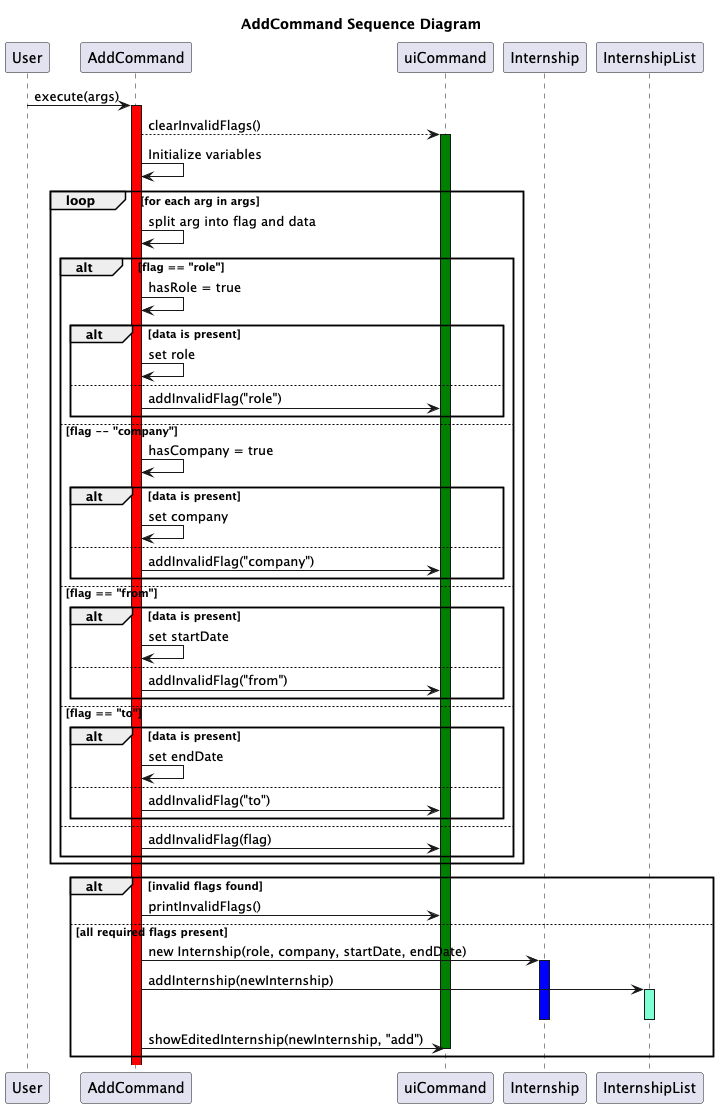
Above: docs/UML/AddCommand_Sequence_Diagram.png in nus-cs2113-AY2425S1/tp (PlantUML), before the change.
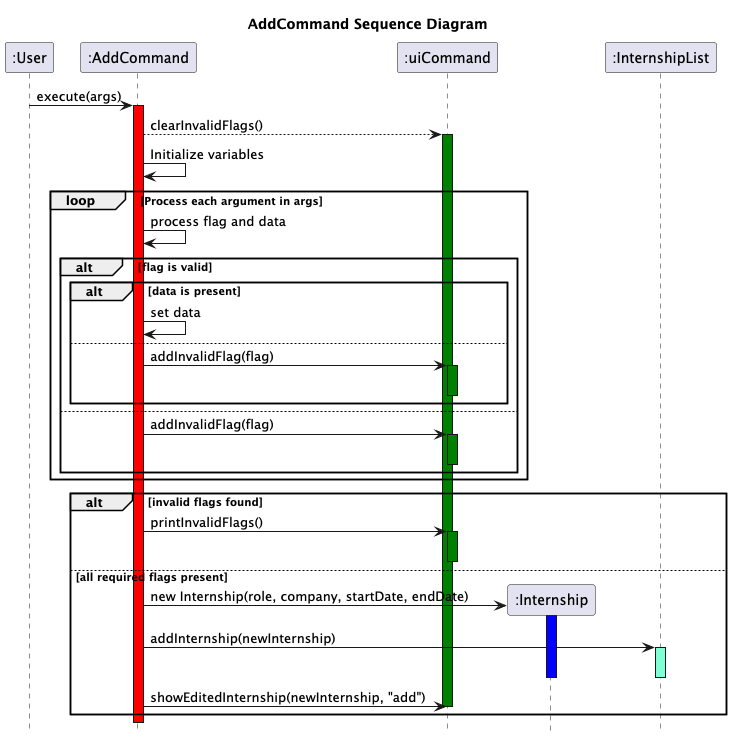
The same file after the commit.

The edit, as a diff of the source:
```diff
@@ -1,63 +1,50 @@
 @startuml
 title AddCommand Sequence Diagram
+hide footbox
 
-participant User
-participant AddCommand
-participant uiCommand
-participant Internship
-participant InternshipList
+participant ":User"
+participant ":AddCommand"
+participant ":uiCommand"
+participant ":Internship"
+participant ":InternshipList"
 
 
-User->AddCommand:execute(args)
-activate AddCommand #red
-AddCommand-->uiCommand:clearInvalidFlags()
-activate uiCommand #green
-AddCommand->AddCommand : Initialize variables
+":User"->":AddCommand":execute(args)
+activate ":AddCommand" #red
+":AddCommand"-->":uiCommand":clearInvalidFlags()
+activate ":uiCommand" #green
+":AddCommand"->":AddCommand" : Initialize variables
 
-loop for each arg in args
-  AddCommand -> AddCommand : split arg into flag and data
-  alt flag == "role"
-    AddCommand -> AddCommand: hasRole = true
+loop Process each argument in args
+  ":AddCommand" -> ":AddCommand" : process flag and data
+  alt flag is valid
     alt data is present
-      AddCommand-> AddCommand: set role
+      ":AddCommand" -> ":AddCommand" : set data
     else
-      AddCommand -> uiCommand: addInvalidFlag("role")
+      ":AddCommand" -> ":uiCommand" : addInvalidFlag(flag)
+      activate ":uiCommand" #green
+      deactivate ":uiCommand"
     end
-  else flag -- "company"
-    AddCommand -> AddCommand: hasCompany = true
-    alt data is present
-      AddCommand->AddCommand: set company
-    else
-      AddCommand->uiCommand: addInvalidFlag("company")
-    end
-  else flag == "from"
-        alt data is present
-            AddCommand -> AddCommand: set startDate
-        else
-            AddCommand -> uiCommand: addInvalidFlag("from")
-        end
-    else flag == "to"
-        alt data is present
-            AddCommand -> AddCommand: set endDate
-        else
-            AddCommand -> uiCommand: addInvalidFlag("to")
-        end
-    else
-        AddCommand -> uiCommand: addInvalidFlag(flag)
-    end
+  else
+    ":AddCommand" -> ":uiCommand" : addInvalidFlag(flag)
+    activate ":uiCommand" #green
+    deactivate ":uiCommand"
+  end
 end
 
 alt invalid flags found
-  AddCommand->uiCommand: printInvalidFlags()
+  ":AddCommand"->":uiCommand": printInvalidFlags()
+  activate ":uiCommand" #green
+  deactivate ":uiCommand"
 else all required flags present
-  AddCommand -> Internship: new Internship(role, company, startDate, endDate)
-  activate Internship #blue
-  AddCommand-> InternshipList: addInternship(newInternship)
-  activate InternshipList #aquamarine
-  deactivate Internship
-  deactivate InternshipList
-  AddCommand -> uiCommand: showEditedInternship(newInternship, "add")
-  deactivate uiCommand
+  ":AddCommand" -> ":Internship" **: new Internship(role, company, startDate, endDate)
+  activate ":Internship" #blue
+  ":AddCommand"-> ":InternshipList": addInternship(newInternship)
+  activate ":InternshipList" #aquamarine
+  deactivate ":Internship"
+  deactivate ":InternshipList"
+  ":AddCommand" -> ":uiCommand": showEditedInternship(newInternship, "add")
+  deactivate ":uiCommand"
 end
 
 @enduml
```
